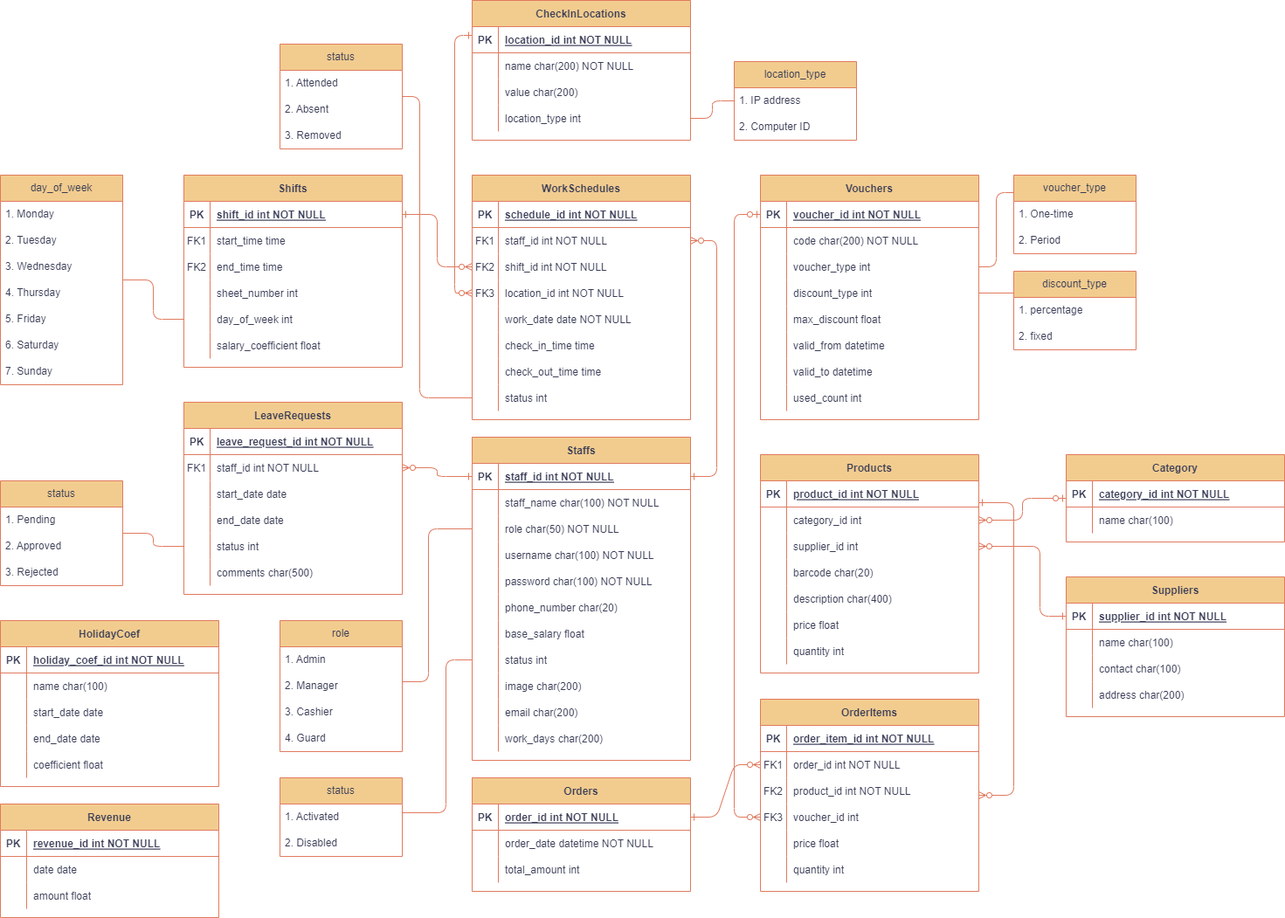
Earlier version of the draw.io export diagram/ERD.png (HieuNghia0000/SWP-Team-3). Source tidied: cells renumbered, new cells last; positions are measured from the earlier drawing's top-left corner, leaving out a move shared by most shapes.
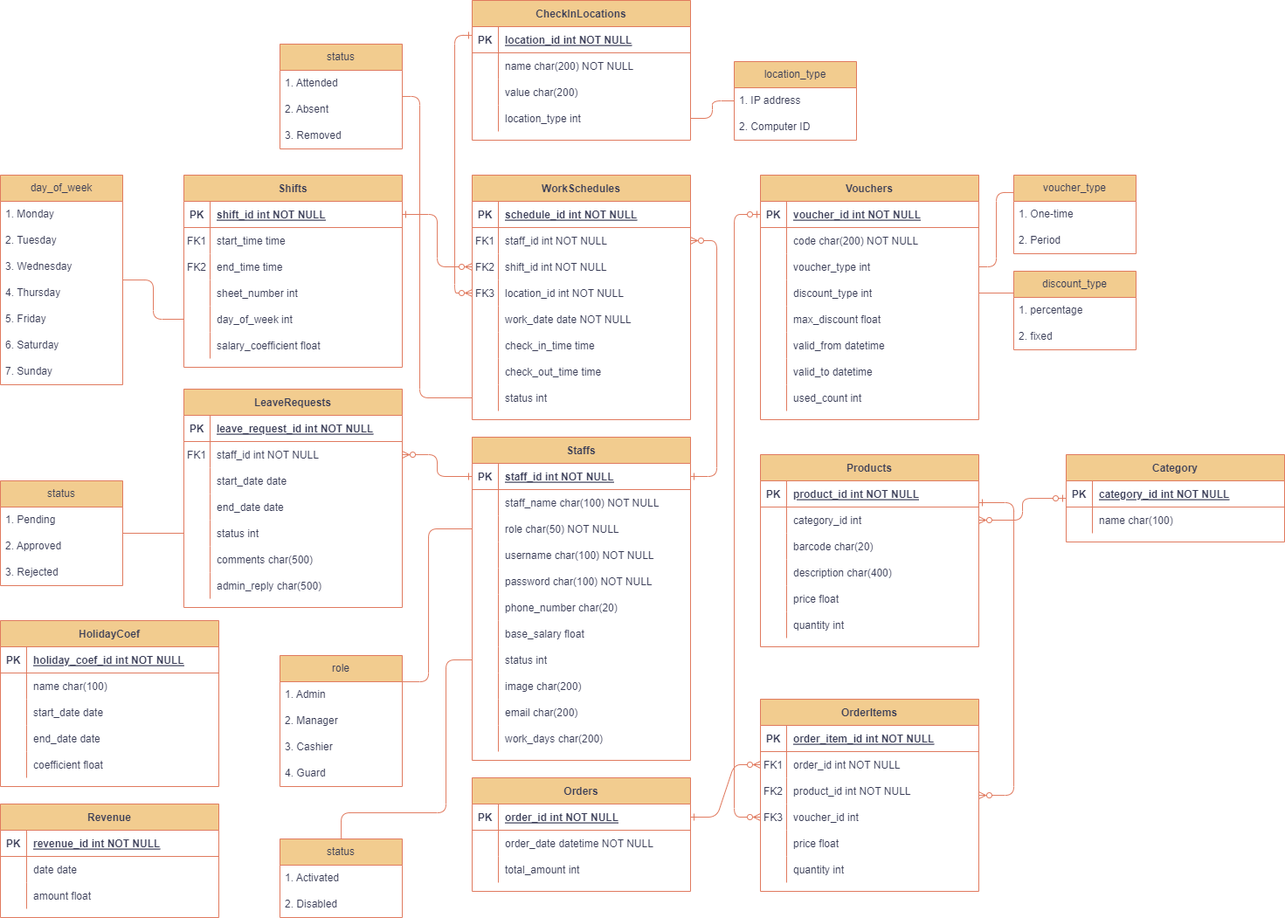
After the commit.

The edit, as a diff of the source:
```diff
@@ -3,7 +3,7 @@
     <mxCell id="0" />
     <mxCell id="1" parent="0" />
     <mxCell id="2" value="Products" style="shape=table;startSize=30;rowLines=0;fontStyle=1;align=center;labelBackgroundColor=none;fillColor=#F2CC8F;strokeColor=#E07A5F;fontColor=#393C56;" parent="1" vertex="1">
-      <mxGeometry x="870" y="520" width="250" height="250" as="geometry" />
+      <mxGeometry x="870" y="520" width="250" height="220" as="geometry" />
     </mxCell>
     <mxCell id="3" style="shape=partialRectangle;fillColor=none;points=[[0,0.5],[1,0.5]];portConstraint=eastwest;top=0;left=0;right=0;bottom=1;labelBackgroundColor=none;strokeColor=#E07A5F;fontColor=#393C56;" parent="2" vertex="1">
       <mxGeometry y="30" width="250" height="30" as="geometry" />
@@ -23,17 +23,8 @@
     <mxCell id="8" value="category_id int" style="shape=partialRectangle;overflow=hidden;fillColor=none;top=0;left=0;bottom=0;right=0;align=left;spacingLeft=6;labelBackgroundColor=none;strokeColor=#E07A5F;fontColor=#393C56;" parent="6" vertex="1">
       <mxGeometry x="30" width="220" height="30" as="geometry" />
     </mxCell>
-    <mxCell id="9" style="shape=partialRectangle;fillColor=none;points=[[0,0.5],[1,0.5]];portConstraint=eastwest;top=0;left=0;right=0;bottom=0;labelBackgroundColor=none;strokeColor=#E07A5F;fontColor=#393C56;" parent="2" vertex="1">
-      <mxGeometry y="90" width="250" height="30" as="geometry" />
-    </mxCell>
-    <mxCell id="10" style="shape=partialRectangle;overflow=hidden;fillColor=none;top=0;left=0;bottom=0;right=0;labelBackgroundColor=none;strokeColor=#E07A5F;fontColor=#393C56;" parent="9" vertex="1">
-      <mxGeometry width="30" height="30" as="geometry" />
-    </mxCell>
-    <mxCell id="11" value="supplier_id int" style="shape=partialRectangle;overflow=hidden;fillColor=none;top=0;left=0;bottom=0;right=0;align=left;spacingLeft=6;labelBackgroundColor=none;strokeColor=#E07A5F;fontColor=#393C56;" parent="9" vertex="1">
-      <mxGeometry x="30" width="220" height="30" as="geometry" />
-    </mxCell>
     <mxCell id="12" style="shape=partialRectangle;fillColor=none;top=0;left=0;right=0;bottom=0;labelBackgroundColor=none;strokeColor=#E07A5F;fontColor=#393C56;" parent="2" vertex="1">
-      <mxGeometry y="120" width="250" height="30" as="geometry" />
+      <mxGeometry y="90" width="250" height="30" as="geometry" />
     </mxCell>
     <mxCell id="13" style="shape=partialRectangle;overflow=hidden;fillColor=none;top=0;left=0;bottom=0;right=0;labelBackgroundColor=none;strokeColor=#E07A5F;fontColor=#393C56;" parent="12" vertex="1">
       <mxGeometry width="30" height="30" as="geometry" />
@@ -42,7 +33,7 @@
       <mxGeometry x="30" width="220" height="30" as="geometry" />
     </mxCell>
     <mxCell id="15" style="shape=partialRectangle;fillColor=none;top=0;left=0;right=0;bottom=0;labelBackgroundColor=none;strokeColor=#E07A5F;fontColor=#393C56;" parent="2" vertex="1">
-      <mxGeometry y="150" width="250" height="30" as="geometry" />
+      <mxGeometry y="120" width="250" height="30" as="geometry" />
     </mxCell>
     <mxCell id="16" style="shape=partialRectangle;overflow=hidden;fillColor=none;top=0;left=0;bottom=0;right=0;labelBackgroundColor=none;strokeColor=#E07A5F;fontColor=#393C56;" parent="15" vertex="1">
       <mxGeometry width="30" height="30" as="geometry" />
@@ -51,7 +42,7 @@
       <mxGeometry x="30" width="220" height="30" as="geometry" />
     </mxCell>
     <mxCell id="18" style="shape=partialRectangle;fillColor=none;top=0;left=0;right=0;bottom=0;labelBackgroundColor=none;strokeColor=#E07A5F;fontColor=#393C56;" parent="2" vertex="1">
-      <mxGeometry y="180" width="250" height="30" as="geometry" />
+      <mxGeometry y="150" width="250" height="30" as="geometry" />
     </mxCell>
     <mxCell id="19" style="shape=partialRectangle;overflow=hidden;fillColor=none;top=0;left=0;bottom=0;right=0;labelBackgroundColor=none;strokeColor=#E07A5F;fontColor=#393C56;" parent="18" vertex="1">
       <mxGeometry width="30" height="30" as="geometry" />
@@ -60,7 +51,7 @@
       <mxGeometry x="30" width="220" height="30" as="geometry" />
     </mxCell>
     <mxCell id="21" style="shape=partialRectangle;fillColor=none;top=0;left=0;right=0;bottom=0;labelBackgroundColor=none;strokeColor=#E07A5F;fontColor=#393C56;" parent="2" vertex="1">
-      <mxGeometry y="210" width="250" height="30" as="geometry" />
+      <mxGeometry y="180" width="250" height="30" as="geometry" />
     </mxCell>
     <mxCell id="22" style="shape=partialRectangle;overflow=hidden;fillColor=none;top=0;left=0;bottom=0;right=0;labelBackgroundColor=none;strokeColor=#E07A5F;fontColor=#393C56;" parent="21" vertex="1">
       <mxGeometry width="30" height="30" as="geometry" />
@@ -496,7 +487,7 @@
       <mxGeometry x="30" width="220" height="30" as="geometry" />
     </mxCell>
     <mxCell id="163" value="LeaveRequests" style="shape=table;startSize=30;rowLines=0;fontStyle=1;align=center;labelBackgroundColor=none;fillColor=#F2CC8F;strokeColor=#E07A5F;fontColor=#393C56;" parent="1" vertex="1">
-      <mxGeometry x="210" y="460" width="250" height="220" as="geometry" />
+      <mxGeometry x="210" y="445" width="250" height="250" as="geometry" />
     </mxCell>
     <mxCell id="164" style="shape=partialRectangle;fillColor=none;top=0;left=0;right=0;bottom=1;labelBackgroundColor=none;strokeColor=#E07A5F;fontColor=#393C56;" parent="163" vertex="1">
       <mxGeometry y="30" width="250" height="30" as="geometry" />
@@ -552,6 +543,15 @@
     <mxCell id="181" value="comments char(500)" style="shape=partialRectangle;overflow=hidden;fillColor=none;top=0;left=0;bottom=0;right=0;align=left;spacingLeft=6;labelBackgroundColor=none;strokeColor=#E07A5F;fontColor=#393C56;" parent="179" vertex="1">
       <mxGeometry x="30" width="220" height="30" as="geometry" />
     </mxCell>
+    <mxCell id="284" style="shape=partialRectangle;fillColor=none;top=0;left=0;right=0;bottom=0;labelBackgroundColor=none;strokeColor=#E07A5F;fontColor=#393C56;" parent="163" vertex="1">
+      <mxGeometry y="210" width="250" height="30" as="geometry" />
+    </mxCell>
+    <mxCell id="285" style="shape=partialRectangle;overflow=hidden;fillColor=none;top=0;left=0;bottom=0;right=0;labelBackgroundColor=none;strokeColor=#E07A5F;fontColor=#393C56;" parent="284" vertex="1">
+      <mxGeometry width="30" height="30" as="geometry" />
+    </mxCell>
+    <mxCell id="286" value="admin_reply char(500)" style="shape=partialRectangle;overflow=hidden;fillColor=none;top=0;left=0;bottom=0;right=0;align=left;spacingLeft=6;labelBackgroundColor=none;strokeColor=#E07A5F;fontColor=#393C56;" parent="284" vertex="1">
+      <mxGeometry x="30" width="220" height="30" as="geometry" />
+    </mxCell>
     <mxCell id="182" style="edgeStyle=orthogonalEdgeStyle;rounded=1;jettySize=auto;html=1;entryX=0;entryY=0.5;entryDx=0;entryDy=0;startArrow=ERzeroToMany;startFill=0;endArrow=ERone;endFill=0;labelBackgroundColor=none;strokeColor=#E07A5F;fontColor=default;" parent="1" edge="1" source="167" target="35">
       <mxGeometry relative="1" as="geometry" />
     </mxCell>
@@ -710,7 +710,7 @@
       </mxGeometry>
     </mxCell>
     <mxCell id="230" value="&lt;span style=&quot;text-align: left;&quot;&gt;role&lt;/span&gt;" style="swimlane;fontStyle=0;horizontal=1;startSize=30;whiteSpace=wrap;html=1;labelBackgroundColor=none;fillColor=#F2CC8F;strokeColor=#E07A5F;fontColor=#393C56;" parent="1" vertex="1">
-      <mxGeometry x="320" y="710" width="140" height="150" as="geometry" />
+      <mxGeometry x="320" y="750" width="140" height="150" as="geometry" />
     </mxCell>
     <mxCell id="231" value="1. Admin" style="text;strokeColor=none;fillColor=none;align=left;verticalAlign=middle;spacingLeft=4;spacingRight=4;overflow=hidden;whiteSpace=wrap;html=1;labelBackgroundColor=none;fontColor=#393C56;" parent="230" vertex="1">
       <mxGeometry y="30" width="140" height="30" as="geometry" />
@@ -742,7 +742,7 @@
       <mxGeometry y="60" width="140" height="30" as="geometry" />
     </mxCell>
     <mxCell id="239" value="&lt;div style=&quot;text-align: left;&quot;&gt;&lt;span style=&quot;background-color: initial;&quot;&gt;status&lt;/span&gt;&lt;/div&gt;" style="swimlane;fontStyle=0;horizontal=1;startSize=30;whiteSpace=wrap;html=1;labelBackgroundColor=none;fillColor=#F2CC8F;strokeColor=#E07A5F;fontColor=#393C56;" parent="1" vertex="1">
-      <mxGeometry x="320" y="890" width="140" height="90" as="geometry" />
+      <mxGeometry x="320" y="960" width="140" height="90" as="geometry" />
     </mxCell>
     <mxCell id="240" value="1. Activated" style="text;strokeColor=none;fillColor=none;align=left;verticalAlign=middle;spacingLeft=4;spacingRight=4;overflow=hidden;whiteSpace=wrap;html=1;labelBackgroundColor=none;fontColor=#393C56;" parent="239" vertex="1">
       <mxGeometry y="30" width="140" height="30" as="geometry" />
@@ -825,53 +825,6 @@
         </Array>
       </mxGeometry>
     </mxCell>
-    <mxCell id="262" style="edgeStyle=orthogonalEdgeStyle;rounded=1;jettySize=auto;html=1;strokeColor=#E07A5F;fontColor=#393C56;fillColor=#F2CC8F;endArrow=ERzeroToMany;endFill=0;startArrow=ERone;startFill=0;exitX=0;exitY=0.5;exitDx=0;exitDy=0;" parent="1" edge="1" source="264" target="9">
-      <mxGeometry relative="1" as="geometry">
-        <Array as="points">
-          <mxPoint x="1190" y="705" />
-          <mxPoint x="1190" y="625" />
-        </Array>
-      </mxGeometry>
-    </mxCell>
-    <mxCell id="263" value="Suppliers" style="shape=table;startSize=30;rowLines=0;fontStyle=1;align=center;labelBackgroundColor=none;fillColor=#F2CC8F;strokeColor=#E07A5F;fontColor=#393C56;" parent="1" vertex="1">
-      <mxGeometry x="1220" y="660" width="250" height="160" as="geometry" />
-    </mxCell>
-    <mxCell id="264" style="shape=partialRectangle;fillColor=none;points=[[0,0.5],[1,0.5]];portConstraint=eastwest;top=0;left=0;right=0;bottom=1;labelBackgroundColor=none;strokeColor=#E07A5F;fontColor=#393C56;" parent="263" vertex="1">
-      <mxGeometry y="30" width="250" height="30" as="geometry" />
-    </mxCell>
-    <mxCell id="265" value="PK" style="shape=partialRectangle;overflow=hidden;fillColor=none;top=0;left=0;bottom=0;right=0;fontStyle=1;labelBackgroundColor=none;strokeColor=#E07A5F;fontColor=#393C56;" parent="264" vertex="1">
-      <mxGeometry width="30" height="30" as="geometry" />
-    </mxCell>
-    <mxCell id="266" value="supplier_id int NOT NULL " style="shape=partialRectangle;overflow=hidden;fillColor=none;top=0;left=0;bottom=0;right=0;align=left;spacingLeft=6;fontStyle=5;labelBackgroundColor=none;strokeColor=#E07A5F;fontColor=#393C56;" parent="264" vertex="1">
-      <mxGeometry x="30" width="220" height="30" as="geometry" />
-    </mxCell>
-    <mxCell id="267" style="shape=partialRectangle;fillColor=none;top=0;left=0;right=0;bottom=0;labelBackgroundColor=none;strokeColor=#E07A5F;fontColor=#393C56;" parent="263" vertex="1">
-      <mxGeometry y="60" width="250" height="30" as="geometry" />
-    </mxCell>
-    <mxCell id="268" style="shape=partialRectangle;overflow=hidden;fillColor=none;top=0;left=0;bottom=0;right=0;labelBackgroundColor=none;strokeColor=#E07A5F;fontColor=#393C56;" parent="267" vertex="1">
-      <mxGeometry width="30" height="30" as="geometry" />
-    </mxCell>
-    <mxCell id="269" value="name char(100)" style="shape=partialRectangle;overflow=hidden;fillColor=none;top=0;left=0;bottom=0;right=0;align=left;spacingLeft=6;labelBackgroundColor=none;strokeColor=#E07A5F;fontColor=#393C56;" parent="267" vertex="1">
-      <mxGeometry x="30" width="220" height="30" as="geometry" />
-    </mxCell>
-    <mxCell id="270" style="shape=partialRectangle;fillColor=none;top=0;left=0;right=0;bottom=0;labelBackgroundColor=none;strokeColor=#E07A5F;fontColor=#393C56;" parent="263" vertex="1">
-      <mxGeometry y="90" width="250" height="30" as="geometry" />
-    </mxCell>
-    <mxCell id="271" style="shape=partialRectangle;overflow=hidden;fillColor=none;top=0;left=0;bottom=0;right=0;labelBackgroundColor=none;strokeColor=#E07A5F;fontColor=#393C56;" parent="270" vertex="1">
-      <mxGeometry width="30" height="30" as="geometry" />
-    </mxCell>
-    <mxCell id="272" value="contact char(100)" style="shape=partialRectangle;overflow=hidden;fillColor=none;top=0;left=0;bottom=0;right=0;align=left;spacingLeft=6;labelBackgroundColor=none;strokeColor=#E07A5F;fontColor=#393C56;" parent="270" vertex="1">
-      <mxGeometry x="30" width="220" height="30" as="geometry" />
-    </mxCell>
-    <mxCell id="273" style="shape=partialRectangle;fillColor=none;top=0;left=0;right=0;bottom=0;labelBackgroundColor=none;strokeColor=#E07A5F;fontColor=#393C56;" parent="263" vertex="1">
-      <mxGeometry y="120" width="250" height="30" as="geometry" />
-    </mxCell>
-    <mxCell id="274" style="shape=partialRectangle;overflow=hidden;fillColor=none;top=0;left=0;bottom=0;right=0;labelBackgroundColor=none;strokeColor=#E07A5F;fontColor=#393C56;" parent="273" vertex="1">
-      <mxGeometry width="30" height="30" as="geometry" />
-    </mxCell>
-    <mxCell id="275" value="address char(200)" style="shape=partialRectangle;overflow=hidden;fillColor=none;top=0;left=0;bottom=0;right=0;align=left;spacingLeft=6;labelBackgroundColor=none;strokeColor=#E07A5F;fontColor=#393C56;" parent="273" vertex="1">
-      <mxGeometry x="30" width="220" height="30" as="geometry" />
-    </mxCell>
     <mxCell id="276" style="edgeStyle=orthogonalEdgeStyle;rounded=1;jettySize=auto;html=1;strokeColor=#E07A5F;fontColor=#393C56;fillColor=#F2CC8F;endArrow=ERzeroToOne;endFill=0;startArrow=ERzeroToMany;startFill=0;" parent="1" edge="1" source="6" target="277">
       <mxGeometry relative="1" as="geometry" />
     </mxCell>
```
